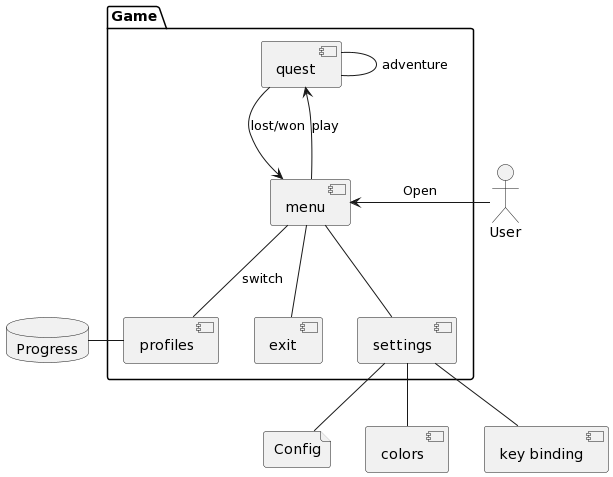
AntoninoRando/Grid-Quest keeps this PlantUML diagram as doc/Software Structure/architecture.png. Above is the earlier version. Source of this version:
```plantuml
@startuml
database Progress
file Config

package "Game" {
    [menu]
    [quest]
    [exit]
    [settings]
    [profiles]
}

[menu] -down-> [quest] : play
[menu] -down- [exit]
[menu] -down- [settings]
[menu] -down- [profiles] : switch

[settings] -- [colors]
[settings] -- [key binding]
[settings] -- Config

[quest] - [quest] : adventure
[quest] -> [menu] : lost/won

[profiles] -left- Progress

Actor User

User -right-> [menu] : Open
@enduml
```
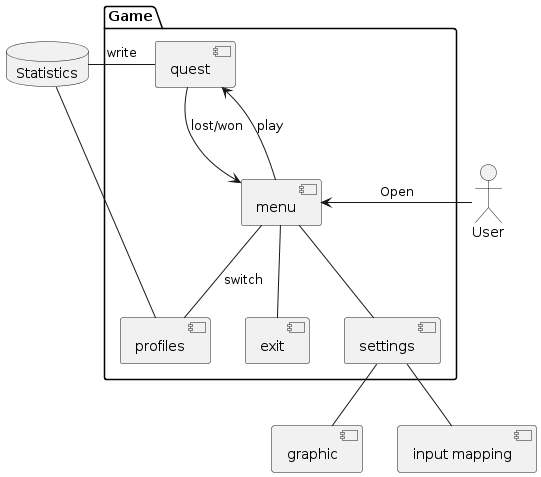
The same diagram one commit later.

The edit, as a diff of the source:
```diff
@@ -1,6 +1,5 @@
 @startuml
-database Progress
-file Config
+database Statistics
 
 package "Game" {
     [menu]
@@ -15,14 +14,13 @@
 [menu] -down- [settings]
 [menu] -down- [profiles] : switch
 
-[settings] -- [colors]
-[settings] -- [key binding]
-[settings] -- Config
+[settings] -- [graphic]
+[settings] -- [input mapping]
 
-[quest] - [quest] : adventure
 [quest] -> [menu] : lost/won
 
-[profiles] -left- Progress
+[profiles] -left- Statistics
+[quest]    -left- Statistics : write
 
 Actor User
 
```
